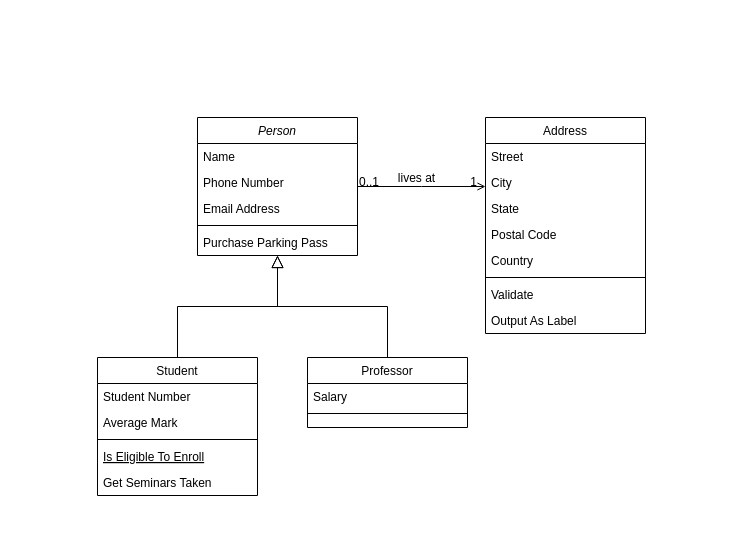
This is 未命名绘图.drawio from qingcaikeke/Java-materials, a draw.io file, before an edit. Source tidied: cells renumbered, new cells numbered last; positions are measured from the earlier drawing's top-left corner, leaving out a move shared by most shapes. Both pictures are drawn from the tidied source at 100%, with x=0, y=0 at pixel (97, 117).
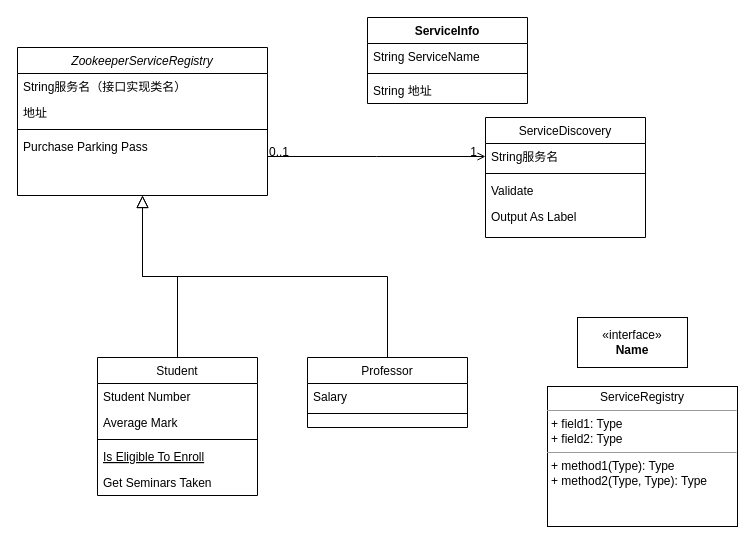
Above is the later version.

Commit message:
更新未命名绘图.drawio

The change refers to these unchanged cells:
```xml
<mxCell id="28" style="endArrow=open;shadow=0;strokeWidth=1;rounded=0;endFill=1;edgeStyle=elbowEdgeStyle;elbow=vertical;" parent="1" edge="1" source="2" target="19">
  <mxGeometry x="0.5" y="41" relative="1" as="geometry">
    <mxPoint x="-40" y="32" as="offset" />
  </mxGeometry>
</mxCell>
```

Change to the diagram source:
```diff
@@
-    <mxCell id="2" value="Person" style="swimlane;fontStyle=2;align=center;verticalAlign=top;horizontal=1;startSize=26;rounded=0;shadow=0;strokeWidth=1;" parent="1" vertex="1">
-      <mxGeometry x="100" width="160" height="138" as="geometry" />
+    <mxCell id="2" value="ZookeeperServiceRegistry" style="swimlane;fontStyle=2;align=center;verticalAlign=top;horizontal=1;startSize=26;rounded=0;shadow=0;strokeWidth=1;" parent="1" vertex="1">
+      <mxGeometry x="-80" y="-70" width="250" height="148" as="geometry" />
     </mxCell>
-    <mxCell id="3" value="Name" style="text;align=left;verticalAlign=top;spacingLeft=4;spacingRight=4;overflow=hidden;" parent="2" vertex="1">
-      <mxGeometry y="26" width="160" height="26" as="geometry" />
+    <mxCell id="3" value="String服务名（接口实现类名）" style="text;align=left;verticalAlign=top;spacingLeft=4;spacingRight=4;overflow=hidden;" parent="2" vertex="1">
+      <mxGeometry y="26" width="250" height="26" as="geometry" />
     </mxCell>
-    <mxCell id="4" value="Phone Number" style="text;align=left;verticalAlign=top;spacingLeft=4;spacingRight=4;overflow=hidden;rounded=0;shadow=0;html=0;" parent="2" vertex="1">
-      <mxGeometry y="52" width="160" height="26" as="geometry" />
+    <mxCell id="4" value="地址" style="text;align=left;verticalAlign=top;spacingLeft=4;spacingRight=4;overflow=hidden;rounded=0;shadow=0;html=0;" parent="2" vertex="1">
+      <mxGeometry y="52" width="250" height="26" as="geometry" />
     </mxCell>
-    <mxCell id="5" value="Email Address" style="text;align=left;verticalAlign=top;spacingLeft=4;spacingRight=4;overflow=hidden;rounded=0;shadow=0;html=0;" parent="2" vertex="1">
-      <mxGeometry y="78" width="160" height="26" as="geometry" />
-    </mxCell>
     <mxCell id="6" style="line;html=1;strokeWidth=1;align=left;verticalAlign=middle;spacingTop=-1;spacingLeft=3;spacingRight=3;labelPosition=right;" parent="2" vertex="1">
-      <mxGeometry y="104" width="160" height="8" as="geometry" />
+      <mxGeometry y="78" width="250" height="8" as="geometry" />
     </mxCell>
     <mxCell id="7" value="Purchase Parking Pass" style="text;align=left;verticalAlign=top;spacingLeft=4;spacingRight=4;overflow=hidden;" parent="2" vertex="1">
-      <mxGeometry y="112" width="160" height="26" as="geometry" />
+      <mxGeometry y="86" width="250" height="26" as="geometry" />
     </mxCell>
@@
-    <mxCell id="19" value="Address" style="swimlane;fontStyle=0;align=center;verticalAlign=top;horizontal=1;startSize=26;rounded=0;shadow=0;strokeWidth=1;" parent="1" vertex="1">
-      <mxGeometry x="388" width="160" height="216" as="geometry" />
+    <mxCell id="19" value="ServiceDiscovery" style="swimlane;fontStyle=0;align=center;verticalAlign=top;horizontal=1;startSize=26;rounded=0;shadow=0;strokeWidth=1;" parent="1" vertex="1">
+      <mxGeometry x="388" width="160" height="120" as="geometry" />
     </mxCell>
-    <mxCell id="20" value="Street" style="text;align=left;verticalAlign=top;spacingLeft=4;spacingRight=4;overflow=hidden;" parent="19" vertex="1">
+    <mxCell id="20" value="String服务名" style="text;align=left;verticalAlign=top;spacingLeft=4;spacingRight=4;overflow=hidden;" parent="19" vertex="1">
       <mxGeometry y="26" width="160" height="26" as="geometry" />
     </mxCell>
-    <mxCell id="21" value="City" style="text;align=left;verticalAlign=top;spacingLeft=4;spacingRight=4;overflow=hidden;rounded=0;shadow=0;html=0;" parent="19" vertex="1">
-      <mxGeometry y="52" width="160" height="26" as="geometry" />
-    </mxCell>
-    <mxCell id="22" value="State" style="text;align=left;verticalAlign=top;spacingLeft=4;spacingRight=4;overflow=hidden;rounded=0;shadow=0;html=0;" parent="19" vertex="1">
-      <mxGeometry y="78" width="160" height="26" as="geometry" />
-    </mxCell>
-    <mxCell id="23" value="Postal Code" style="text;align=left;verticalAlign=top;spacingLeft=4;spacingRight=4;overflow=hidden;rounded=0;shadow=0;html=0;" parent="19" vertex="1">
-      <mxGeometry y="104" width="160" height="26" as="geometry" />
-    </mxCell>
-    <mxCell id="24" value="Country" style="text;align=left;verticalAlign=top;spacingLeft=4;spacingRight=4;overflow=hidden;rounded=0;shadow=0;html=0;" parent="19" vertex="1">
-      <mxGeometry y="130" width="160" height="26" as="geometry" />
-    </mxCell>
     <mxCell id="25" style="line;html=1;strokeWidth=1;align=left;verticalAlign=middle;spacingTop=-1;spacingLeft=3;spacingRight=3;labelPosition=right;" parent="19" vertex="1">
-      <mxGeometry y="156" width="160" height="8" as="geometry" />
+      <mxGeometry y="52" width="160" height="8" as="geometry" />
     </mxCell>
     <mxCell id="26" value="Validate" style="text;align=left;verticalAlign=top;spacingLeft=4;spacingRight=4;overflow=hidden;" parent="19" vertex="1">
-      <mxGeometry y="164" width="160" height="26" as="geometry" />
+      <mxGeometry y="60" width="160" height="26" as="geometry" />
     </mxCell>
     <mxCell id="27" value="Output As Label" style="text;align=left;verticalAlign=top;spacingLeft=4;spacingRight=4;overflow=hidden;" parent="19" vertex="1">
-      <mxGeometry y="190" width="160" height="26" as="geometry" />
+      <mxGeometry y="86" width="160" height="26" as="geometry" />
     </mxCell>
@@
-    <mxCell id="31" value="lives at" style="text;html=1;align=center;verticalAlign=middle;labelBackgroundColor=none;rounded=0;shadow=0;strokeWidth=1;fontSize=12;" parent="28" vertex="1">
-      <mxGeometry x="0.5" y="49" relative="1" as="geometry">
-        <mxPoint x="-38" y="40" as="offset" />
-      </mxGeometry>
-    </mxCell>
+    <mxCell id="32" value="ServiceInfo" style="swimlane;fontStyle=1;align=center;verticalAlign=top;horizontal=1;startSize=26;whiteSpace=wrap;html=1;" parent="1" vertex="1">
+      <mxGeometry x="270" y="-100" width="160" height="86" as="geometry" />
+    </mxCell>
+    <mxCell id="33" value="String ServiceName" style="text;strokeColor=none;fillColor=none;align=left;verticalAlign=top;spacingLeft=4;spacingRight=4;overflow=hidden;whiteSpace=wrap;html=1;" parent="32" vertex="1">
+      <mxGeometry y="26" width="160" height="26" as="geometry" />
+    </mxCell>
+    <mxCell id="34" style="line;strokeWidth=1;fillColor=none;align=left;verticalAlign=middle;spacingTop=-1;spacingLeft=3;spacingRight=3;labelPosition=right;strokeColor=inherit;" parent="32" vertex="1">
+      <mxGeometry y="52" width="160" height="8" as="geometry" />
+    </mxCell>
+    <mxCell id="35" value="String 地址" style="text;strokeColor=none;fillColor=none;align=left;verticalAlign=top;spacingLeft=4;spacingRight=4;overflow=hidden;whiteSpace=wrap;html=1;" parent="32" vertex="1">
+      <mxGeometry y="60" width="160" height="26" as="geometry" />
+    </mxCell>
+    <mxCell id="36" value="&amp;laquo;interface&amp;raquo;&lt;br&gt;&lt;b&gt;Name&lt;/b&gt;" style="html=1;whiteSpace=wrap;" parent="1" vertex="1">
+      <mxGeometry x="480" y="200" width="110" height="50" as="geometry" />
+    </mxCell>
+    <mxCell id="37" value="&lt;p style=&quot;margin:0px;margin-top:4px;text-align:center;&quot;&gt;ServiceRegistry&lt;br&gt;&lt;/p&gt;&lt;hr size=&quot;1&quot;&gt;&lt;p style=&quot;margin:0px;margin-left:4px;&quot;&gt;+ field1: Type&lt;br&gt;+ field2: Type&lt;/p&gt;&lt;hr size=&quot;1&quot;&gt;&lt;p style=&quot;margin:0px;margin-left:4px;&quot;&gt;+ method1(Type): Type&lt;br&gt;+ method2(Type, Type): Type&lt;/p&gt;" style="verticalAlign=top;align=left;overflow=fill;fontSize=12;fontFamily=Helvetica;html=1;whiteSpace=wrap;" parent="1" vertex="1">
+      <mxGeometry x="450" y="269" width="190" height="140" as="geometry" />
+    </mxCell>
```
